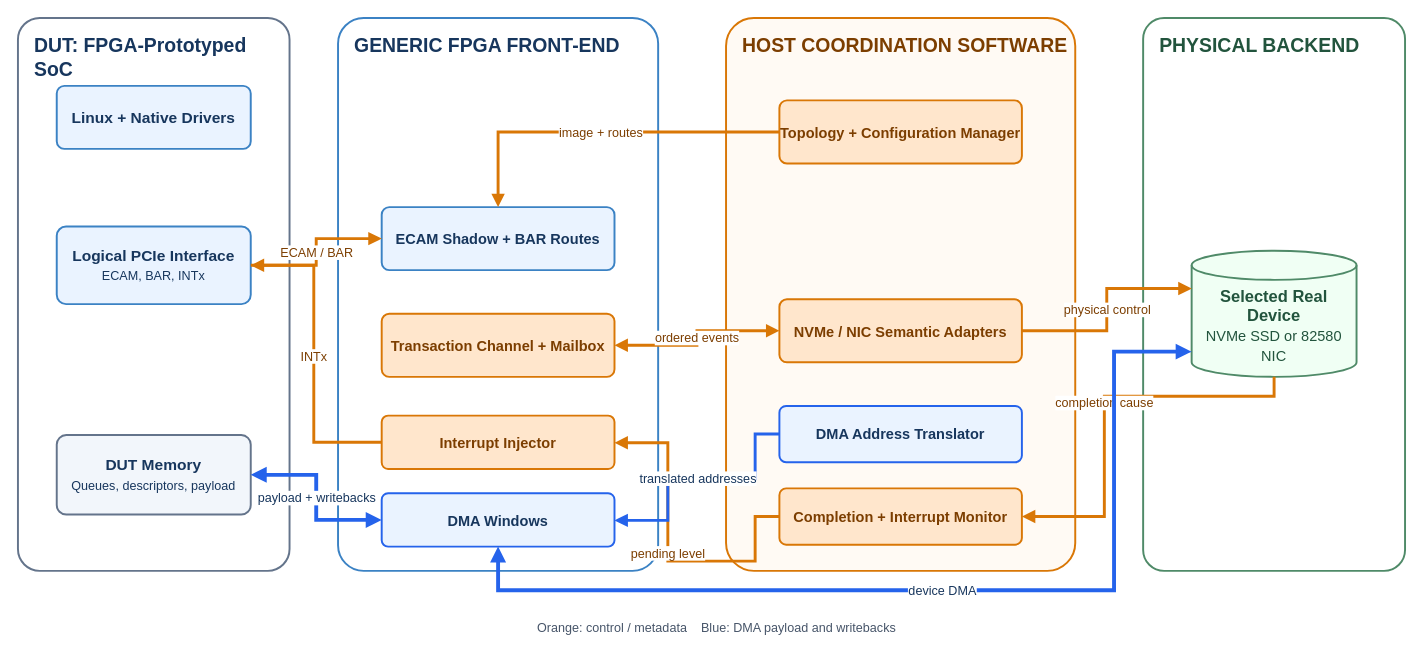
Nullray/SCOPE_FPGA2027_draft keeps this draw.io diagram as figures/system_architecture.drawio. Above is the earlier version. Source tidied: cells renumbered, new cells numbered last; positions are measured from the earlier drawing's top-left corner, leaving out a move shared by most shapes. Both pictures are drawn from the tidied source at 97%, with x=0, y=0 at pixel (17, 17).
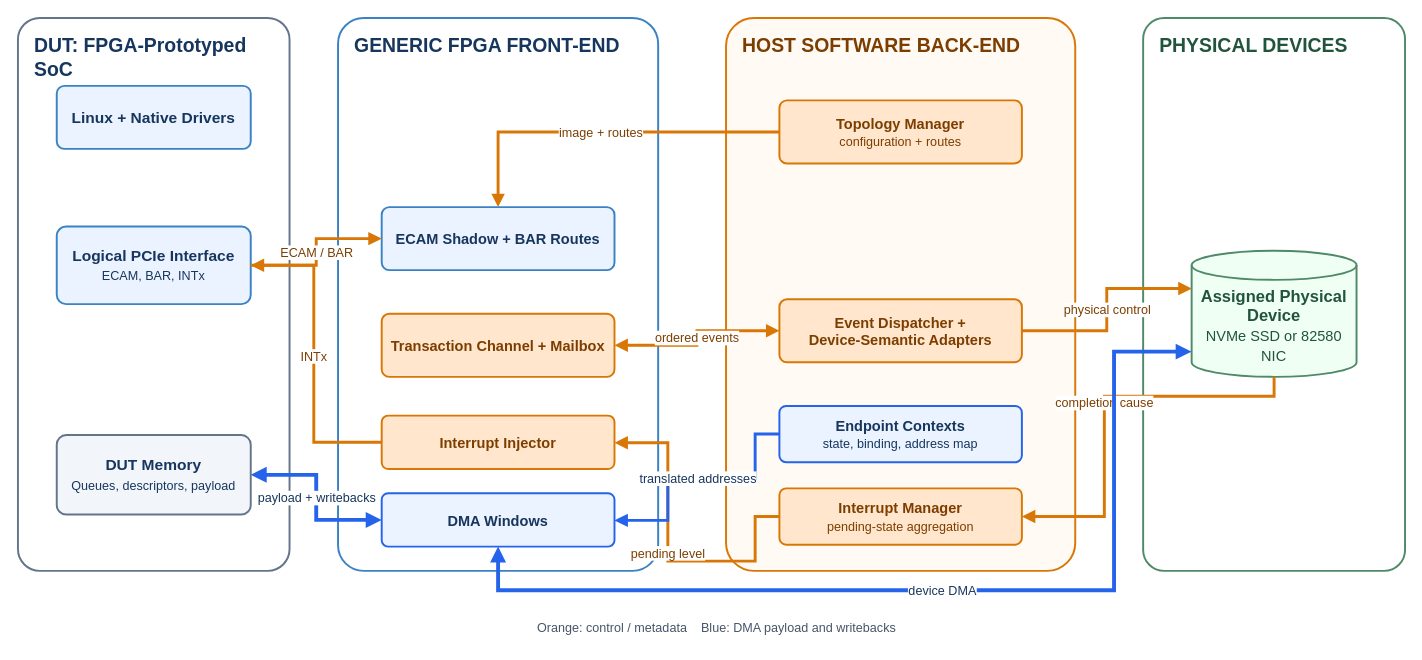
After the change.

Change to the diagram source:
```diff
@@
-    <mxCell id="11" value="HOST COORDINATION SOFTWARE" style="rounded=1;whiteSpace=wrap;html=1;verticalAlign=top;align=left;spacingTop=10;spacingLeft=15;fontSize=20;fontStyle=1;fontColor=#7C3E00;fillColor=#FFFAF4;strokeColor=#D97706;strokeWidth=2;arcSize=8;" parent="1" vertex="1">
+    <mxCell id="11" value="HOST SOFTWARE BACK-END" style="rounded=1;whiteSpace=wrap;html=1;verticalAlign=top;align=left;spacingTop=10;spacingLeft=15;fontSize=20;fontStyle=1;fontColor=#7C3E00;fillColor=#FFFAF4;strokeColor=#D97706;strokeWidth=2;arcSize=8;" parent="1" vertex="1">
       <mxGeometry x="730" width="360" height="570" as="geometry" />
     </mxCell>
-    <mxCell id="12" value="Topology + Configuration Manager" style="rounded=1;whiteSpace=wrap;html=1;fontSize=15;fontStyle=1;fontColor=#7C3E00;fillColor=#FFE6CC;strokeColor=#D97706;strokeWidth=2;arcSize=12;" parent="1" vertex="1">
+    <mxCell id="12" value="Topology Manager&lt;br&gt;&lt;font style=&quot;font-size:13px;font-weight:normal&quot;&gt;configuration + routes&lt;/font&gt;" style="rounded=1;whiteSpace=wrap;html=1;fontSize=15;fontStyle=1;fontColor=#7C3E00;fillColor=#FFE6CC;strokeColor=#D97706;strokeWidth=2;arcSize=12;" parent="1" vertex="1">
       <mxGeometry x="785" y="85" width="250" height="65" as="geometry" />
     </mxCell>
-    <mxCell id="13" value="NVMe / NIC Semantic Adapters" style="rounded=1;whiteSpace=wrap;html=1;fontSize=15;fontStyle=1;fontColor=#7C3E00;fillColor=#FFE6CC;strokeColor=#D97706;strokeWidth=2;arcSize=12;" parent="1" vertex="1">
+    <mxCell id="13" value="Event Dispatcher +&lt;br&gt;Device-Semantic Adapters" style="rounded=1;whiteSpace=wrap;html=1;fontSize=15;fontStyle=1;fontColor=#7C3E00;fillColor=#FFE6CC;strokeColor=#D97706;strokeWidth=2;arcSize=12;" parent="1" vertex="1">
       <mxGeometry x="785" y="290" width="250" height="65" as="geometry" />
     </mxCell>
-    <mxCell id="14" value="DMA Address Translator" style="rounded=1;whiteSpace=wrap;html=1;fontSize=15;fontStyle=1;fontColor=#17365D;fillColor=#EAF3FF;strokeColor=#2563EB;strokeWidth=2;arcSize=12;" parent="1" vertex="1">
+    <mxCell id="14" value="Endpoint Contexts&lt;br&gt;&lt;font style=&quot;font-size:13px;font-weight:normal&quot;&gt;state, binding, address map&lt;/font&gt;" style="rounded=1;whiteSpace=wrap;html=1;fontSize=15;fontStyle=1;fontColor=#17365D;fillColor=#EAF3FF;strokeColor=#2563EB;strokeWidth=2;arcSize=12;" parent="1" vertex="1">
       <mxGeometry x="785" y="400" width="250" height="58" as="geometry" />
     </mxCell>
-    <mxCell id="15" value="Completion + Interrupt Monitor" style="rounded=1;whiteSpace=wrap;html=1;fontSize=15;fontStyle=1;fontColor=#7C3E00;fillColor=#FFE6CC;strokeColor=#D97706;strokeWidth=2;arcSize=12;" parent="1" vertex="1">
+    <mxCell id="15" value="Interrupt Manager&lt;br&gt;&lt;font style=&quot;font-size:13px;font-weight:normal&quot;&gt;pending-state aggregation&lt;/font&gt;" style="rounded=1;whiteSpace=wrap;html=1;fontSize=15;fontStyle=1;fontColor=#7C3E00;fillColor=#FFE6CC;strokeColor=#D97706;strokeWidth=2;arcSize=12;" parent="1" vertex="1">
       <mxGeometry x="785" y="485" width="250" height="58" as="geometry" />
     </mxCell>
-    <mxCell id="16" value="PHYSICAL BACKEND" style="rounded=1;whiteSpace=wrap;html=1;verticalAlign=top;align=left;spacingTop=10;spacingLeft=15;fontSize=20;fontStyle=1;fontColor=#22543D;fillColor=#FFFFFF;strokeColor=#4F8A68;strokeWidth=2;arcSize=8;" parent="1" vertex="1">
+    <mxCell id="16" value="PHYSICAL DEVICES" style="rounded=1;whiteSpace=wrap;html=1;verticalAlign=top;align=left;spacingTop=10;spacingLeft=15;fontSize=20;fontStyle=1;fontColor=#22543D;fillColor=#FFFFFF;strokeColor=#4F8A68;strokeWidth=2;arcSize=8;" parent="1" vertex="1">
       <mxGeometry x="1160" width="270" height="570" as="geometry" />
     </mxCell>
-    <mxCell id="17" value="Selected Real Device&lt;br&gt;&lt;font style=&quot;font-size:15px;font-weight:normal&quot;&gt;NVMe SSD or 82580 NIC&lt;/font&gt;" style="shape=cylinder3;whiteSpace=wrap;html=1;boundedLbl=1;backgroundOutline=1;fontSize=17;fontStyle=1;fontColor=#22543D;fillColor=#F0FFF4;strokeColor=#4F8A68;strokeWidth=2;" parent="1" vertex="1">
+    <mxCell id="17" value="Assigned Physical Device&lt;br&gt;&lt;font style=&quot;font-size:15px;font-weight:normal&quot;&gt;NVMe SSD or 82580 NIC&lt;/font&gt;" style="shape=cylinder3;whiteSpace=wrap;html=1;boundedLbl=1;backgroundOutline=1;fontSize=17;fontStyle=1;fontColor=#22543D;fillColor=#F0FFF4;strokeColor=#4F8A68;strokeWidth=2;" parent="1" vertex="1">
       <mxGeometry x="1210" y="240" width="170" height="130" as="geometry" />
     </mxCell>
```
